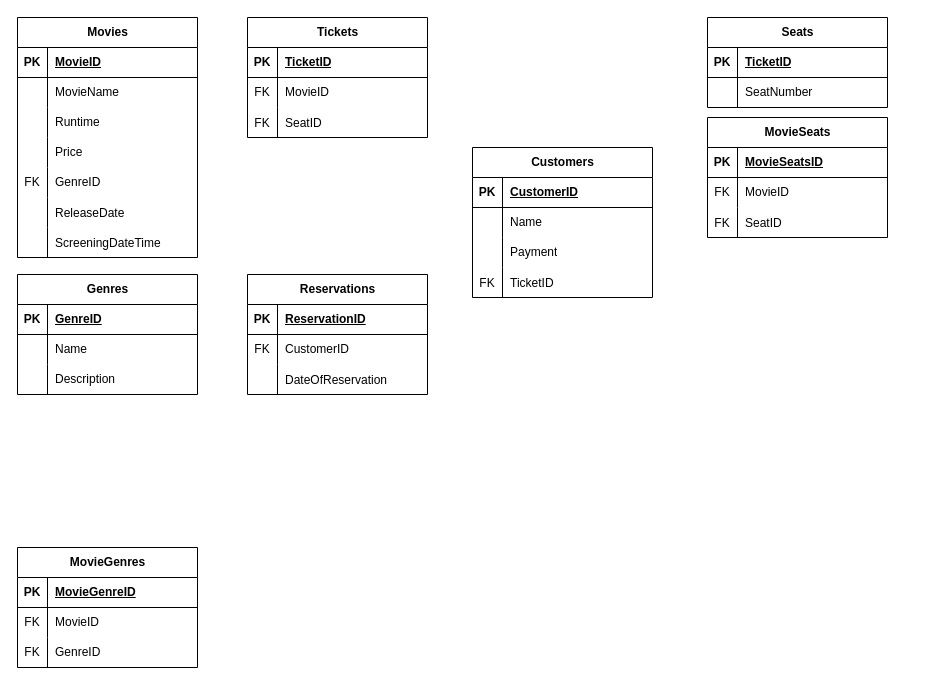
Above: erd/CineWave.drawio in pitzzahh/CineWave (draw.io), before the change. Source tidied: cells renumbered, new cells numbered last; positions are measured from the earlier drawing's top-left corner, leaving out a move shared by most shapes. Both pictures are drawn from the tidied source at 100%, with x=0, y=0 at pixel (17, 17).
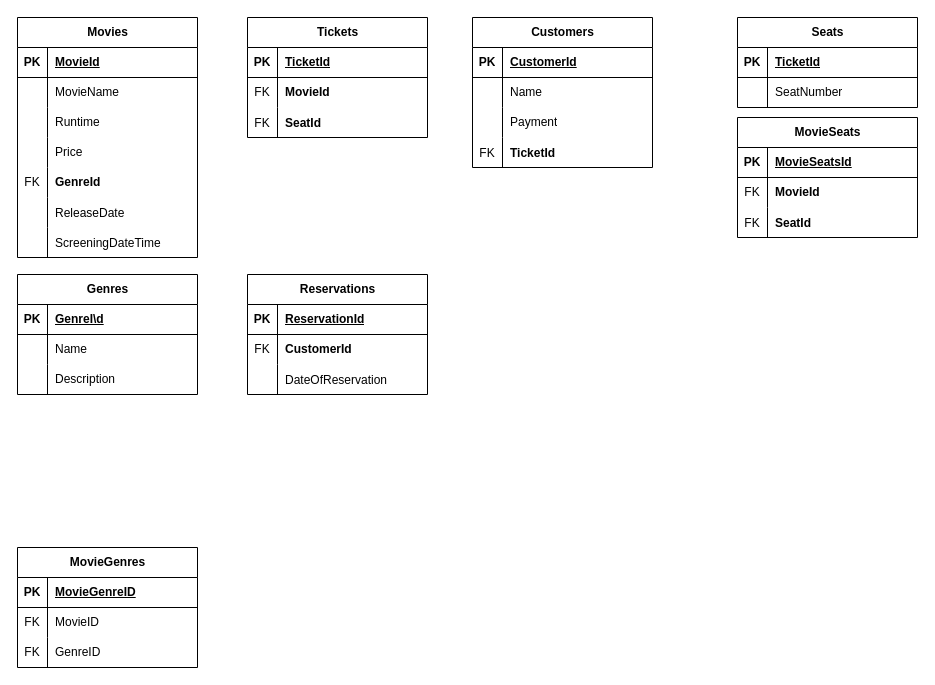
After the change.

Commit message:
chore: made table fk bold text

The change refers to these unchanged cells:
```xml
<mxCell id="3" style="shape=tableRow;horizontal=0;startSize=0;swimlaneHead=0;swimlaneBody=0;fillColor=none;top=0;left=0;right=0;bottom=1;" parent="2" vertex="1">
  <mxGeometry y="30" width="180" height="30" as="geometry" />
</mxCell>
<mxCell id="15" style="shape=tableRow;horizontal=0;startSize=0;swimlaneHead=0;swimlaneBody=0;fillColor=none;top=0;left=0;right=0;bottom=0;" parent="2" vertex="1">
  <mxGeometry y="150" width="180" height="30" as="geometry" />
</mxCell>
<mxCell id="25" style="shape=tableRow;horizontal=0;startSize=0;swimlaneHead=0;swimlaneBody=0;fillColor=none;top=0;left=0;right=0;bottom=1;" parent="24" vertex="1">
  <mxGeometry y="30" width="180" height="30" as="geometry" />
</mxCell>
<mxCell id="45" style="shape=tableRow;horizontal=0;startSize=0;swimlaneHead=0;swimlaneBody=0;fillColor=none;top=0;left=0;right=0;bottom=1;" parent="44" vertex="1">
  <mxGeometry y="30" width="180" height="30" as="geometry" />
</mxCell>
<mxCell id="48" style="shape=tableRow;horizontal=0;startSize=0;swimlaneHead=0;swimlaneBody=0;fillColor=none;top=0;left=0;right=0;bottom=0;" parent="44" vertex="1">
  <mxGeometry y="60" width="180" height="30" as="geometry" />
</mxCell>
<mxCell id="51" style="shape=tableRow;horizontal=0;startSize=0;swimlaneHead=0;swimlaneBody=0;fillColor=none;top=0;left=0;right=0;bottom=0;" parent="44" vertex="1">
  <mxGeometry y="90" width="180" height="30" as="geometry" />
</mxCell>
<mxCell id="55" style="shape=tableRow;horizontal=0;startSize=0;swimlaneHead=0;swimlaneBody=0;fillColor=none;top=0;left=0;right=0;bottom=1;" parent="54" vertex="1">
  <mxGeometry y="30" width="180" height="30" as="geometry" />
</mxCell>
<mxCell id="62" style="shape=tableRow;horizontal=0;startSize=0;swimlaneHead=0;swimlaneBody=0;fillColor=none;top=0;left=0;right=0;bottom=1;" parent="61" vertex="1">
  <mxGeometry y="30" width="180" height="30" as="geometry" />
</mxCell>
<mxCell id="65" style="shape=tableRow;horizontal=0;startSize=0;swimlaneHead=0;swimlaneBody=0;fillColor=none;top=0;left=0;right=0;bottom=0;" parent="61" vertex="1">
  <mxGeometry y="60" width="180" height="30" as="geometry" />
</mxCell>
<mxCell id="68" style="shape=tableRow;horizontal=0;startSize=0;swimlaneHead=0;swimlaneBody=0;fillColor=none;top=0;left=0;right=0;bottom=0;" parent="61" vertex="1">
  <mxGeometry y="90" width="180" height="30" as="geometry" />
</mxCell>
<mxCell id="72" style="shape=tableRow;horizontal=0;startSize=0;swimlaneHead=0;swimlaneBody=0;fillColor=none;top=0;left=0;right=0;bottom=1;" parent="71" vertex="1">
  <mxGeometry y="30" width="180" height="30" as="geometry" />
</mxCell>
<mxCell id="75" style="shape=tableRow;horizontal=0;startSize=0;swimlaneHead=0;swimlaneBody=0;fillColor=none;top=0;left=0;right=0;bottom=0;" parent="71" vertex="1">
  <mxGeometry y="60" width="180" height="30" as="geometry" />
</mxCell>
<mxCell id="82" style="shape=tableRow;horizontal=0;startSize=0;swimlaneHead=0;swimlaneBody=0;fillColor=none;top=0;left=0;right=0;bottom=1;" parent="81" vertex="1">
  <mxGeometry y="30" width="180" height="30" as="geometry" />
</mxCell>
<mxCell id="91" style="shape=tableRow;horizontal=0;startSize=0;swimlaneHead=0;swimlaneBody=0;fillColor=none;top=0;left=0;right=0;bottom=0;" parent="81" vertex="1">
  <mxGeometry y="120" width="180" height="30" as="geometry" />
</mxCell>
```

What changed in the source:
```diff
@@
-    <mxCell id="5" value="MovieID" style="shape=partialRectangle;fillColor=none;top=0;left=0;bottom=0;right=0;align=left;spacingLeft=6;fontStyle=5;overflow=hidden;whiteSpace=wrap;html=1;" parent="3" vertex="1">
+    <mxCell id="5" value="MovieId" style="shape=partialRectangle;fillColor=none;top=0;left=0;bottom=0;right=0;align=left;spacingLeft=6;fontStyle=5;overflow=hidden;whiteSpace=wrap;html=1;" parent="3" vertex="1">
       <mxGeometry x="30" width="150" height="30" as="geometry" />
     </mxCell>
@@
-    <mxCell id="17" value="GenreID" style="shape=partialRectangle;fillColor=none;top=0;left=0;bottom=0;right=0;align=left;spacingLeft=6;fontStyle=0;overflow=hidden;whiteSpace=wrap;html=1;" parent="15" vertex="1">
+    <mxCell id="17" value="GenreId" style="shape=partialRectangle;fillColor=none;top=0;left=0;bottom=0;right=0;align=left;spacingLeft=6;fontStyle=1;overflow=hidden;whiteSpace=wrap;html=1;" parent="15" vertex="1">
       <mxGeometry x="30" width="150" height="30" as="geometry" />
     </mxCell>
@@
-    <mxCell id="27" value="GenreID" style="shape=partialRectangle;fillColor=none;top=0;left=0;bottom=0;right=0;align=left;spacingLeft=6;fontStyle=5;overflow=hidden;whiteSpace=wrap;html=1;" parent="25" vertex="1">
+    <mxCell id="27" value="GenreI\d" style="shape=partialRectangle;fillColor=none;top=0;left=0;bottom=0;right=0;align=left;spacingLeft=6;fontStyle=5;overflow=hidden;whiteSpace=wrap;html=1;" parent="25" vertex="1">
       <mxGeometry x="30" width="150" height="30" as="geometry" />
     </mxCell>
@@
-    <mxCell id="47" value="TicketID" style="shape=partialRectangle;fillColor=none;top=0;left=0;bottom=0;right=0;align=left;spacingLeft=6;fontStyle=5;overflow=hidden;whiteSpace=wrap;html=1;" parent="45" vertex="1">
+    <mxCell id="47" value="TicketId" style="shape=partialRectangle;fillColor=none;top=0;left=0;bottom=0;right=0;align=left;spacingLeft=6;fontStyle=5;overflow=hidden;whiteSpace=wrap;html=1;" parent="45" vertex="1">
       <mxGeometry x="30" width="150" height="30" as="geometry" />
     </mxCell>
@@
-    <mxCell id="50" value="MovieID" style="shape=partialRectangle;fillColor=none;top=0;left=0;bottom=0;right=0;align=left;spacingLeft=6;fontStyle=0;overflow=hidden;whiteSpace=wrap;html=1;" parent="48" vertex="1">
+    <mxCell id="50" value="MovieId" style="shape=partialRectangle;fillColor=none;top=0;left=0;bottom=0;right=0;align=left;spacingLeft=6;fontStyle=1;overflow=hidden;whiteSpace=wrap;html=1;" parent="48" vertex="1">
       <mxGeometry x="30" width="150" height="30" as="geometry" />
     </mxCell>
@@
-    <mxCell id="53" value="SeatID" style="shape=partialRectangle;fillColor=none;top=0;left=0;bottom=0;right=0;align=left;spacingLeft=6;overflow=hidden;" parent="51" vertex="1">
+    <mxCell id="53" value="SeatId" style="shape=partialRectangle;fillColor=none;top=0;left=0;bottom=0;right=0;align=left;spacingLeft=6;overflow=hidden;fontStyle=1;" parent="51" vertex="1">
       <mxGeometry x="30" width="150" height="30" as="geometry" />
     </mxCell>
     <mxCell id="54" value="Seats" style="shape=table;startSize=30;childLayout=tableLayout;rowLines=0;fontStyle=1;align=center;html=1;" parent="1" vertex="1">
-      <mxGeometry x="690" width="180" height="90" as="geometry" />
+      <mxGeometry x="720" width="180" height="90" as="geometry" />
     </mxCell>
@@
-    <mxCell id="57" value="TicketID" style="shape=partialRectangle;fillColor=none;top=0;left=0;bottom=0;right=0;align=left;spacingLeft=6;fontStyle=5;overflow=hidden;whiteSpace=wrap;html=1;" parent="55" vertex="1">
+    <mxCell id="57" value="TicketId" style="shape=partialRectangle;fillColor=none;top=0;left=0;bottom=0;right=0;align=left;spacingLeft=6;fontStyle=5;overflow=hidden;whiteSpace=wrap;html=1;" parent="55" vertex="1">
       <mxGeometry x="30" width="150" height="30" as="geometry" />
     </mxCell>
@@
     <mxCell id="61" value="MovieSeats" style="shape=table;startSize=30;childLayout=tableLayout;rowLines=0;fontStyle=1;align=center;html=1;" parent="1" vertex="1">
-      <mxGeometry x="690" y="100" width="180" height="120" as="geometry" />
+      <mxGeometry x="720" y="100" width="180" height="120" as="geometry" />
     </mxCell>
@@
-    <mxCell id="64" value="MovieSeatsID" style="shape=partialRectangle;fillColor=none;top=0;left=0;bottom=0;right=0;align=left;spacingLeft=6;fontStyle=5;overflow=hidden;whiteSpace=wrap;html=1;" parent="62" vertex="1">
+    <mxCell id="64" value="MovieSeatsId" style="shape=partialRectangle;fillColor=none;top=0;left=0;bottom=0;right=0;align=left;spacingLeft=6;fontStyle=5;overflow=hidden;whiteSpace=wrap;html=1;" parent="62" vertex="1">
       <mxGeometry x="30" width="150" height="30" as="geometry" />
     </mxCell>
@@
-    <mxCell id="67" value="MovieID" style="shape=partialRectangle;fillColor=none;top=0;left=0;bottom=0;right=0;align=left;spacingLeft=6;fontStyle=0;overflow=hidden;whiteSpace=wrap;html=1;" parent="65" vertex="1">
+    <mxCell id="67" value="&lt;b&gt;MovieId&lt;/b&gt;" style="shape=partialRectangle;fillColor=none;top=0;left=0;bottom=0;right=0;align=left;spacingLeft=6;fontStyle=0;overflow=hidden;whiteSpace=wrap;html=1;" parent="65" vertex="1">
       <mxGeometry x="30" width="150" height="30" as="geometry" />
     </mxCell>
@@
-    <mxCell id="70" value="SeatID" style="shape=partialRectangle;fillColor=none;top=0;left=0;bottom=0;right=0;align=left;spacingLeft=6;overflow=hidden;" parent="68" vertex="1">
+    <mxCell id="70" value="SeatId" style="shape=partialRectangle;fillColor=none;top=0;left=0;bottom=0;right=0;align=left;spacingLeft=6;overflow=hidden;fontStyle=1;" parent="68" vertex="1">
       <mxGeometry x="30" width="150" height="30" as="geometry" />
     </mxCell>
@@
-    <mxCell id="74" value="ReservationID" style="shape=partialRectangle;fillColor=none;top=0;left=0;bottom=0;right=0;align=left;spacingLeft=6;fontStyle=5;overflow=hidden;whiteSpace=wrap;html=1;" parent="72" vertex="1">
+    <mxCell id="74" value="ReservationId" style="shape=partialRectangle;fillColor=none;top=0;left=0;bottom=0;right=0;align=left;spacingLeft=6;fontStyle=5;overflow=hidden;whiteSpace=wrap;html=1;" parent="72" vertex="1">
       <mxGeometry x="30" width="150" height="30" as="geometry" />
     </mxCell>
@@
-    <mxCell id="77" value="CustomerID" style="shape=partialRectangle;fillColor=none;top=0;left=0;bottom=0;right=0;align=left;spacingLeft=6;fontStyle=0;overflow=hidden;whiteSpace=wrap;html=1;" parent="75" vertex="1">
+    <mxCell id="77" value="&lt;b&gt;CustomerId&lt;/b&gt;" style="shape=partialRectangle;fillColor=none;top=0;left=0;bottom=0;right=0;align=left;spacingLeft=6;fontStyle=0;overflow=hidden;whiteSpace=wrap;html=1;" parent="75" vertex="1">
       <mxGeometry x="30" width="150" height="30" as="geometry" />
     </mxCell>
@@
     <mxCell id="81" value="Customers" style="shape=table;startSize=30;childLayout=tableLayout;rowLines=0;fontStyle=1;align=center;html=1;" parent="1" vertex="1">
-      <mxGeometry x="455" y="130" width="180" height="150" as="geometry" />
+      <mxGeometry x="455" width="180" height="150" as="geometry" />
     </mxCell>
@@
-    <mxCell id="84" value="CustomerID" style="shape=partialRectangle;fillColor=none;top=0;left=0;bottom=0;right=0;align=left;spacingLeft=6;fontStyle=5;overflow=hidden;whiteSpace=wrap;html=1;" parent="82" vertex="1">
+    <mxCell id="84" value="CustomerId" style="shape=partialRectangle;fillColor=none;top=0;left=0;bottom=0;right=0;align=left;spacingLeft=6;fontStyle=5;overflow=hidden;whiteSpace=wrap;html=1;" parent="82" vertex="1">
       <mxGeometry x="30" width="150" height="30" as="geometry" />
     </mxCell>
@@
-    <mxCell id="93" value="TicketID" style="shape=partialRectangle;fillColor=none;top=0;left=0;bottom=0;right=0;align=left;spacingLeft=6;overflow=hidden;" parent="91" vertex="1">
+    <mxCell id="93" value="TicketId" style="shape=partialRectangle;fillColor=none;top=0;left=0;bottom=0;right=0;align=left;spacingLeft=6;overflow=hidden;fontStyle=1;" parent="91" vertex="1">
       <mxGeometry x="30" width="150" height="30" as="geometry" />
     </mxCell>
```
